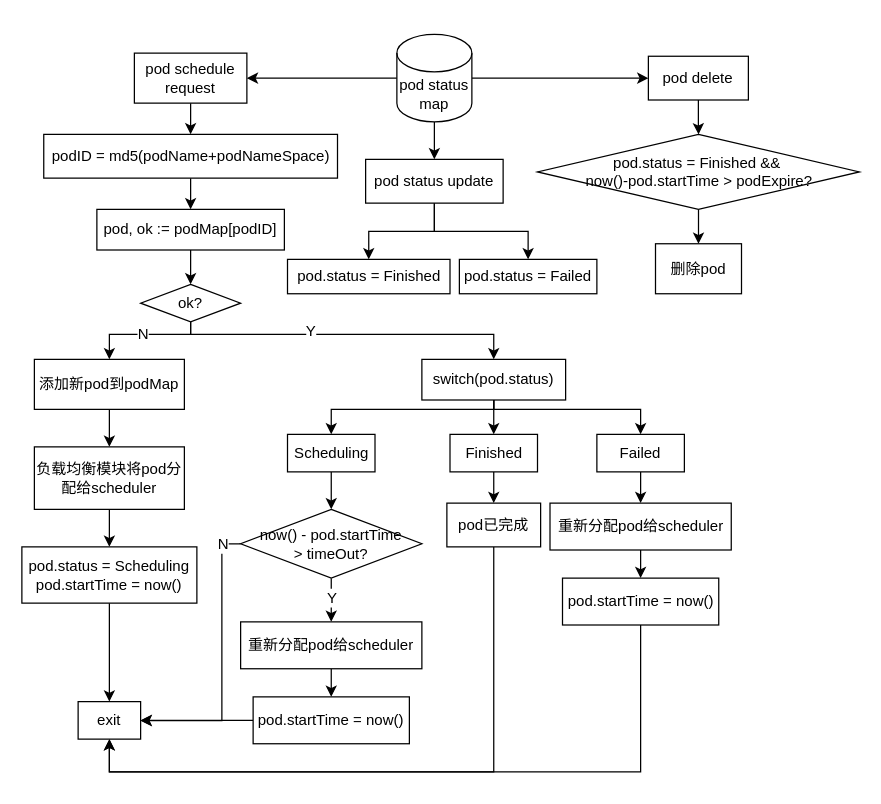
AgentGuo/flow_chart keeps this draw.io diagram as page "Page-4" (4 of 4) of 毕业设计/各个功能模块的实现.drawio. Above is the earlier version. Source tidied: cells renumbered, new cells numbered last; positions are measured from the earlier drawing's top-left corner, leaving out a move shared by most shapes. Both pictures are drawn from the tidied source at 125%, with x=0, y=0 at pixel (21, 34).
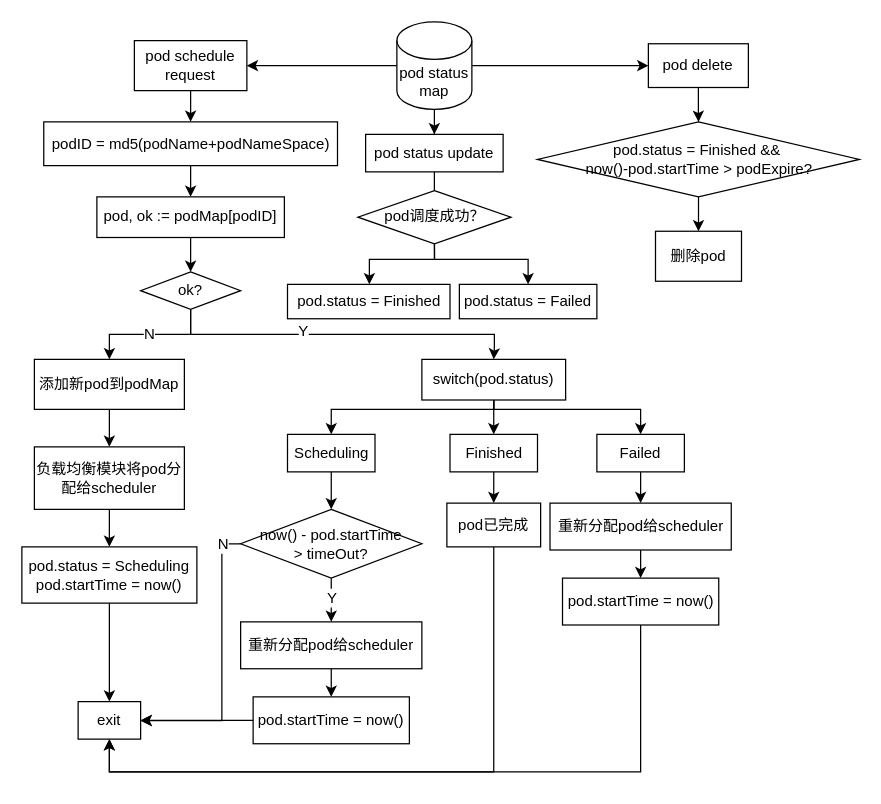
After the change.

Unchanged cells that the change refers to:
```xml
<mxCell id="25" value="switch(pod.status)" style="whiteSpace=wrap;html=1;" parent="1" vertex="1">
  <mxGeometry x="320" y="260" width="115" height="32.5" as="geometry" />
</mxCell>
```

Change to the diagram source:
```diff
@@
     <mxCell id="5" value="pod status&lt;br&gt;map" style="shape=cylinder3;whiteSpace=wrap;html=1;boundedLbl=1;backgroundOutline=1;size=15;fontSize=12;" parent="1" vertex="1">
-      <mxGeometry x="300" width="60" height="70" as="geometry" />
+      <mxGeometry x="300" y="-10" width="60" height="70" as="geometry" />
     </mxCell>
@@
     <mxCell id="7" value="pod schedule&lt;br&gt;request" style="rounded=0;whiteSpace=wrap;html=1;fontSize=12;" parent="1" vertex="1">
-      <mxGeometry x="90" y="15" width="90" height="40" as="geometry" />
+      <mxGeometry x="90" y="5" width="90" height="40" as="geometry" />
     </mxCell>
@@
     <mxCell id="9" value="podID = md5(podName+podNameSpace)" style="whiteSpace=wrap;html=1;rounded=0;" parent="1" vertex="1">
-      <mxGeometry x="17.5" y="80" width="235" height="35" as="geometry" />
+      <mxGeometry x="17.5" y="70" width="235" height="35" as="geometry" />
     </mxCell>
@@
     <mxCell id="11" style="edgeStyle=orthogonalEdgeStyle;rounded=0;jettySize=auto;html=1;fontSize=12;entryX=0.5;entryY=0;entryDx=0;entryDy=0;" parent="1" edge="1" source="13" target="25">
       <mxGeometry relative="1" as="geometry">
         <Array as="points">
           <mxPoint x="135" y="240" />
           <mxPoint x="378" y="240" />
-          <mxPoint x="378" y="260" />
+          <mxPoint x="378" y="250" />
         </Array>
       </mxGeometry>
     </mxCell>
@@
     <mxCell id="13" value="ok?" style="rhombus;whiteSpace=wrap;html=1;fontSize=12;" parent="1" vertex="1">
-      <mxGeometry x="95" y="200" width="80" height="30" as="geometry" />
+      <mxGeometry x="95" y="190" width="80" height="30" as="geometry" />
     </mxCell>
@@
     <mxCell id="17" value="&lt;span&gt;pod, ok := podMap[podID]&lt;/span&gt;" style="whiteSpace=wrap;html=1;rounded=0;" parent="1" vertex="1">
-      <mxGeometry x="60" y="140" width="150" height="32.5" as="geometry" />
+      <mxGeometry x="60" y="130" width="150" height="32.5" as="geometry" />
     </mxCell>
@@
-    <mxCell id="48" style="edgeStyle=orthogonalEdgeStyle;rounded=0;jettySize=auto;html=1;fontSize=12;" parent="1" edge="1" source="50" target="51">
-      <mxGeometry relative="1" as="geometry" />
+    <mxCell id="48" style="edgeStyle=orthogonalEdgeStyle;rounded=0;jettySize=auto;html=1;fontSize=12;exitX=0.5;exitY=1;exitDx=0;exitDy=0;" parent="1" edge="1" source="59" target="51">
+      <mxGeometry relative="1" as="geometry">
+        <Array as="points">
+          <mxPoint x="330" y="180" />
+          <mxPoint x="278" y="180" />
+        </Array>
+      </mxGeometry>
     </mxCell>
-    <mxCell id="49" style="edgeStyle=orthogonalEdgeStyle;rounded=0;jettySize=auto;html=1;fontSize=12;" parent="1" edge="1" source="50" target="52">
-      <mxGeometry relative="1" as="geometry" />
+    <mxCell id="49" style="edgeStyle=orthogonalEdgeStyle;rounded=0;jettySize=auto;html=1;fontSize=12;exitX=0.5;exitY=1;exitDx=0;exitDy=0;" parent="1" edge="1" source="59" target="52">
+      <mxGeometry relative="1" as="geometry">
+        <Array as="points">
+          <mxPoint x="330" y="180" />
+          <mxPoint x="405" y="180" />
+        </Array>
+      </mxGeometry>
     </mxCell>
+    <mxCell id="58" style="edgeStyle=orthogonalEdgeStyle;rounded=0;jettySize=auto;html=1;entryX=0.5;entryY=0;entryDx=0;entryDy=0;" parent="1" edge="1" source="50" target="59">
+      <mxGeometry relative="1" as="geometry" />
+    </mxCell>
     <mxCell id="50" value="pod status update" style="whiteSpace=wrap;html=1;" parent="1" vertex="1">
-      <mxGeometry x="275" y="100" width="110" height="35" as="geometry" />
+      <mxGeometry x="275" y="80" width="110" height="30" as="geometry" />
     </mxCell>
     <mxCell id="51" value="pod.status = Finished" style="whiteSpace=wrap;html=1;" parent="1" vertex="1">
-      <mxGeometry x="212.5" y="180" width="130" height="27.5" as="geometry" />
+      <mxGeometry x="212.5" y="200" width="130" height="27.5" as="geometry" />
     </mxCell>
     <mxCell id="52" value="pod.status = Failed" style="whiteSpace=wrap;html=1;" parent="1" vertex="1">
-      <mxGeometry x="350" y="180" width="110" height="27.5" as="geometry" />
+      <mxGeometry x="350" y="200" width="110" height="27.5" as="geometry" />
     </mxCell>
@@
     <mxCell id="54" value="pod delete" style="whiteSpace=wrap;html=1;" parent="1" vertex="1">
-      <mxGeometry x="501.2" y="17.5" width="80" height="35" as="geometry" />
+      <mxGeometry x="501.2" y="7.5" width="80" height="35" as="geometry" />
     </mxCell>
@@
     <mxCell id="56" value="pod.status = Finished &amp;amp;&amp;amp;&amp;nbsp;&lt;br&gt;now()-pod.startTime &amp;gt; podExpire?" style="rhombus;whiteSpace=wrap;html=1;" parent="1" vertex="1">
-      <mxGeometry x="412.5" y="80" width="257.5" height="60" as="geometry" />
+      <mxGeometry x="412.5" y="70" width="257.5" height="60" as="geometry" />
     </mxCell>
     <mxCell id="57" value="删除pod" style="whiteSpace=wrap;html=1;" parent="1" vertex="1">
-      <mxGeometry x="506.9" y="167.5" width="68.8" height="40" as="geometry" />
+      <mxGeometry x="506.9" y="157.5" width="68.8" height="40" as="geometry" />
     </mxCell>
+    <mxCell id="59" value="pod调度成功？" style="rhombus;whiteSpace=wrap;html=1;" parent="1" vertex="1">
+      <mxGeometry x="268.8" y="125" width="122.5" height="42.5" as="geometry" />
+    </mxCell>
```
